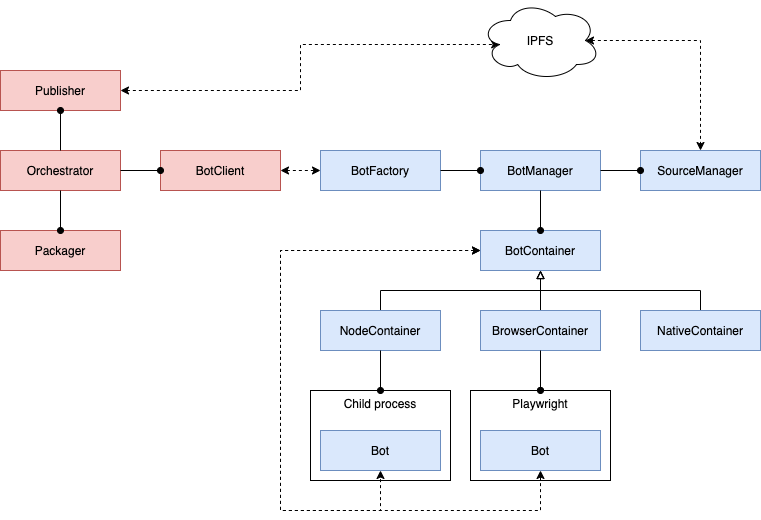
Above: docs/content/diagrams/bot.png in dxos-deprecated/sdk (draw.io), before the change. Source tidied: cells renumbered, new cells last; positions are measured from the earlier drawing's top-left corner, leaving out a move shared by most shapes.
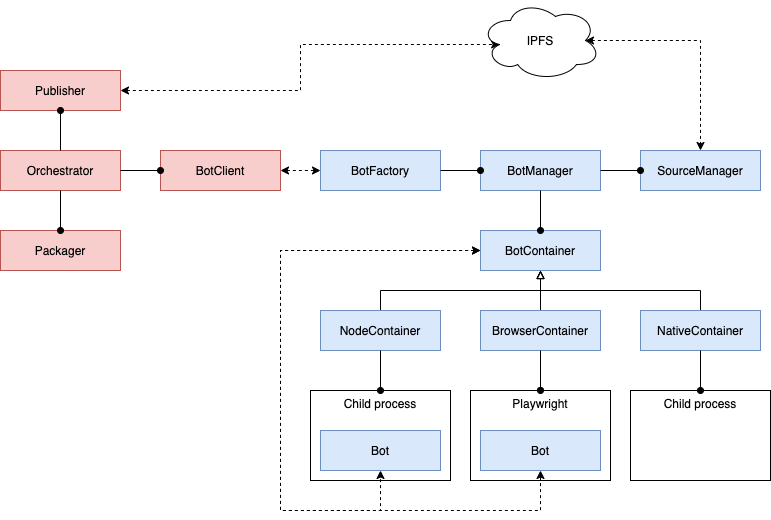
The same diagram one commit later.

Diff of the diagram source:
```diff
@@ -117,5 +117,11 @@
         </Array>
       </mxGeometry>
     </mxCell>
+    <mxCell id="35" value="Child process" style="rounded=0;whiteSpace=wrap;html=1;horizontal=1;verticalAlign=top;" parent="1" vertex="1">
+      <mxGeometry x="630" y="390" width="140" height="90" as="geometry" />
+    </mxCell>
+    <mxCell id="36" style="edgeStyle=orthogonalEdgeStyle;rounded=0;jettySize=auto;html=1;startArrow=oval;startFill=1;endArrow=none;endFill=0;entryX=0.5;entryY=1;entryDx=0;entryDy=0;" parent="1" edge="1" source="35" target="8">
+      <mxGeometry relative="1" as="geometry" />
+    </mxCell>
   </root>
 </mxGraphModel>
```
